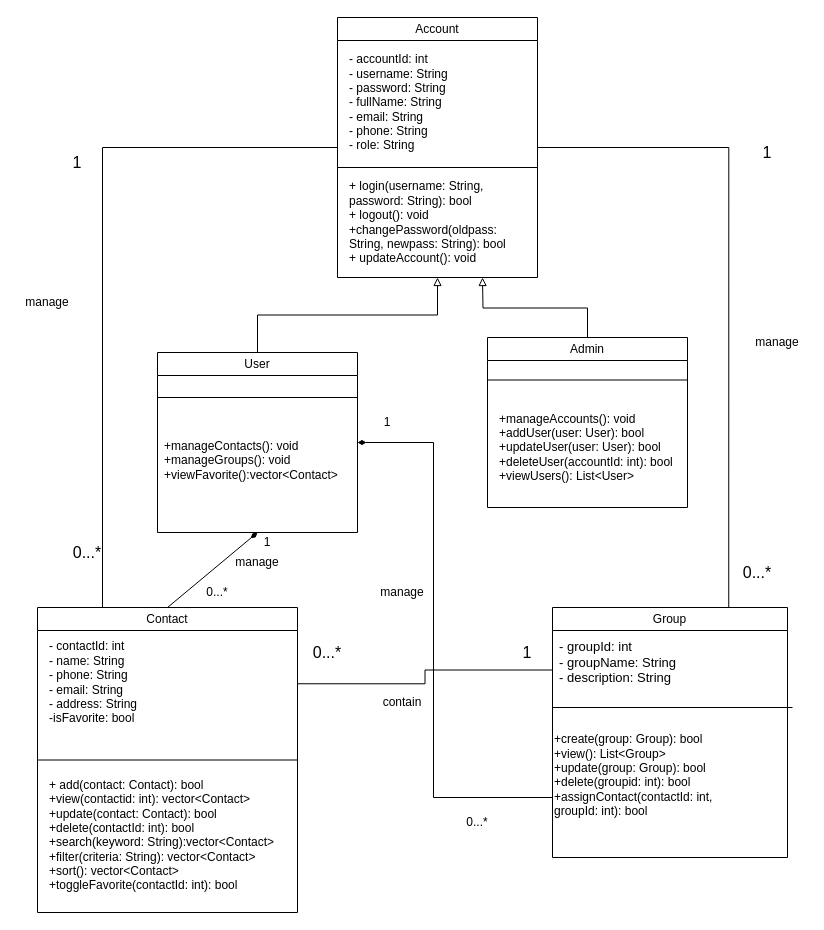
This is Class Diagram.drawio from HiKem43/Phone-Book-Management-System, a draw.io file, before an edit. Source tidied: cells renumbered, new cells numbered last; positions are measured from the earlier drawing's top-left corner, leaving out a move shared by most shapes. Both pictures are drawn from the tidied source at 100%, with x=0, y=0 at pixel (17, 17).
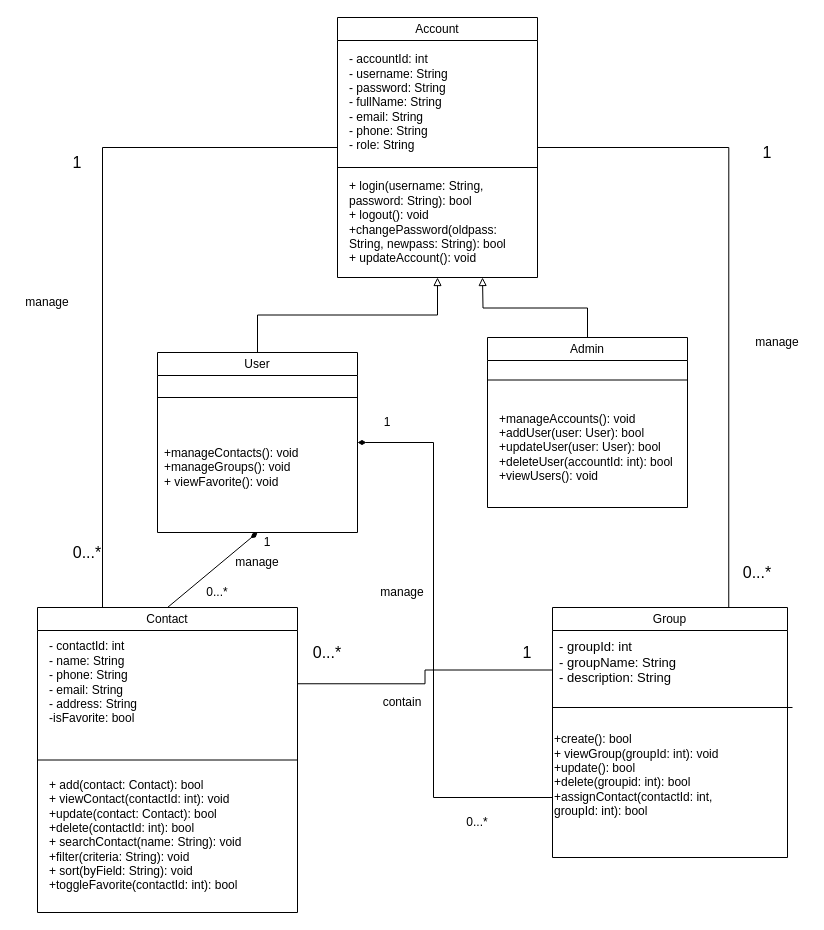
The same diagram, later.

Unchanged cells that the change refers to:
```xml
<mxCell id="10" value="User" style="swimlane;whiteSpace=wrap;html=1;fontStyle=0;fontColor=default;" parent="1" vertex="1">
  <mxGeometry x="140" y="335" width="200" height="180" as="geometry" />
</mxCell>
<mxCell id="14" value="Admin" style="swimlane;whiteSpace=wrap;html=1;startSize=23;fontStyle=0;fontColor=default;" parent="1" vertex="1">
  <mxGeometry x="470" y="320" width="200" height="170" as="geometry" />
</mxCell>
<mxCell id="19" value="Contact" style="swimlane;whiteSpace=wrap;html=1;fontStyle=0;fontColor=default;" parent="1" vertex="1">
  <mxGeometry x="20" y="590" width="260" height="305" as="geometry" />
</mxCell>
<mxCell id="22" value="Group" style="swimlane;whiteSpace=wrap;html=1;fontStyle=0;fontColor=default;" parent="1" vertex="1">
  <mxGeometry x="535" y="590" width="235" height="250" as="geometry" />
</mxCell>
```

Diff of the diagram source:
```diff
@@
-    <mxCell id="12" value="+manageContacts(): void&lt;div&gt;+manageGroups(): void&lt;/div&gt;&lt;div&gt;&lt;span style=&quot;background-color: transparent;&quot;&gt;+viewFavorite():&lt;/span&gt;&lt;span style=&quot;background-color: transparent; color: light-dark(rgb(0, 0, 0), rgb(255, 255, 255));&quot;&gt;vector&amp;lt;Contact&amp;gt;&lt;/span&gt;&lt;/div&gt;&lt;div&gt;&lt;br&gt;&lt;/div&gt;" style="text;html=1;whiteSpace=wrap;strokeColor=none;fillColor=none;align=left;verticalAlign=middle;rounded=0;fontStyle=0;fontColor=default;" parent="10" vertex="1">
+    <mxCell id="12" value="+manageContacts(): void&lt;div&gt;+manageGroups(): void&lt;/div&gt;&lt;div&gt;+ viewFavorite(): void&lt;/div&gt;" style="text;html=1;whiteSpace=wrap;strokeColor=none;fillColor=none;align=left;verticalAlign=middle;rounded=0;fontStyle=0;fontColor=default;" parent="10" vertex="1">
       <mxGeometry x="5" y="100" width="190" height="30" as="geometry" />
     </mxCell>
@@
-    <mxCell id="15" value="+manageAccounts(): void&lt;div&gt;+addUser(user: User): bool&lt;/div&gt;&lt;div&gt;+updateUser(user: User): bool&lt;/div&gt;&lt;div&gt;+deleteUser(accountId: int): bool&lt;/div&gt;&lt;div&gt;+viewUsers(): List&amp;lt;User&amp;gt;&lt;/div&gt;" style="text;html=1;whiteSpace=wrap;strokeColor=none;fillColor=none;align=left;verticalAlign=middle;rounded=0;fontStyle=0;fontColor=default;" parent="14" vertex="1">
+    <mxCell id="15" value="+manageAccounts(): void&lt;div&gt;+addUser(user: User): bool&lt;/div&gt;&lt;div&gt;+updateUser(user: User): bool&lt;/div&gt;&lt;div&gt;+deleteUser(accountId: int): bool&lt;/div&gt;&lt;div&gt;+viewUsers(): void&lt;/div&gt;" style="text;html=1;whiteSpace=wrap;strokeColor=none;fillColor=none;align=left;verticalAlign=middle;rounded=0;fontStyle=0;fontColor=default;" parent="14" vertex="1">
       <mxGeometry x="10" y="95" width="190" height="30" as="geometry" />
     </mxCell>
@@
-    <mxCell id="21" value="+ add(contact: Contact): bool&lt;div&gt;&lt;span style=&quot;background-color: transparent;&quot;&gt;+view(contactid: int):&amp;nbsp;&lt;/span&gt;&lt;span style=&quot;background-color: transparent; color: light-dark(rgb(0, 0, 0), rgb(255, 255, 255));&quot;&gt;vector&amp;lt;Contact&amp;gt;&lt;/span&gt;&lt;/div&gt;&lt;div&gt;&lt;span style=&quot;background-color: transparent;&quot;&gt;+update(contact: Contact): bool&lt;/span&gt;&lt;/div&gt;&lt;div&gt;&lt;span style=&quot;background-color: transparent;&quot;&gt;+delete(contactId: int): bool&lt;/span&gt;&lt;/div&gt;&lt;div&gt;&lt;span style=&quot;background-color: transparent;&quot;&gt;+search(keyword: String):&lt;/span&gt;&lt;span style=&quot;background-color: transparent; color: light-dark(rgb(0, 0, 0), rgb(255, 255, 255));&quot;&gt;vector&amp;lt;Contact&amp;gt;&lt;/span&gt;&lt;/div&gt;&lt;div&gt;&lt;span style=&quot;background-color: transparent;&quot;&gt;+filter(criteria: String):&amp;nbsp;&lt;/span&gt;&lt;span style=&quot;background-color: transparent; color: light-dark(rgb(0, 0, 0), rgb(255, 255, 255));&quot;&gt;vector&amp;lt;Contact&amp;gt;&lt;/span&gt;&lt;/div&gt;&lt;div&gt;&lt;span style=&quot;background-color: transparent;&quot;&gt;+sort():&amp;nbsp;&lt;/span&gt;&lt;span style=&quot;background-color: transparent; color: light-dark(rgb(0, 0, 0), rgb(255, 255, 255));&quot;&gt;vector&amp;lt;Contact&amp;gt;&lt;/span&gt;&lt;/div&gt;&lt;div&gt;+toggleFavorite(contactId: int): bool&lt;span style=&quot;background-color: transparent;&quot;&gt;&lt;/span&gt;&lt;/div&gt;&lt;div&gt;&lt;span style=&quot;background-color: transparent;&quot;&gt;&amp;nbsp;&lt;/span&gt;&lt;/div&gt;" style="text;html=1;whiteSpace=wrap;strokeColor=none;fillColor=none;align=left;verticalAlign=middle;rounded=0;fontStyle=0;fontColor=default;" parent="19" vertex="1">
+    <mxCell id="21" value="+ add(contact: Contact): bool&lt;div&gt;+ viewContact(contactId: int): void&lt;/div&gt;&lt;div&gt;&lt;span style=&quot;background-color: transparent;&quot;&gt;+update(contact: Contact): bool&lt;/span&gt;&lt;/div&gt;&lt;div&gt;&lt;span style=&quot;background-color: transparent;&quot;&gt;+delete(contactId: int): bool&lt;/span&gt;&lt;/div&gt;&lt;div&gt;+ searchContact(name: String): void&lt;/div&gt;&lt;div&gt;+filter(criteria: String): void&lt;/div&gt;&lt;div&gt;+ sort(byField: String): void&lt;/div&gt;&lt;div&gt;+toggleFavorite(contactId: int): bool&lt;span style=&quot;background-color: transparent;&quot;&gt;&lt;/span&gt;&lt;/div&gt;&lt;div&gt;&lt;span style=&quot;background-color: transparent;&quot;&gt;&amp;nbsp;&lt;/span&gt;&lt;/div&gt;" style="text;html=1;whiteSpace=wrap;strokeColor=none;fillColor=none;align=left;verticalAlign=middle;rounded=0;fontStyle=0;fontColor=default;" parent="19" vertex="1">
       <mxGeometry x="10" y="220" width="260" height="30" as="geometry" />
     </mxCell>
@@
-    <mxCell id="24" value="+create(group: Group): bool&lt;div&gt;+view(): List&amp;lt;Group&amp;gt;&lt;/div&gt;&lt;div&gt;+update(group: Group): bool&lt;/div&gt;&lt;div&gt;+delete(groupid: int): bool&lt;/div&gt;&lt;div&gt;+assignContact(contactId: int, groupId: int): bool&lt;br&gt;&lt;div&gt;&lt;br&gt;&lt;/div&gt;&lt;/div&gt;" style="text;html=1;whiteSpace=wrap;strokeColor=none;fillColor=none;align=left;verticalAlign=middle;rounded=0;fontStyle=0;fontColor=default;" parent="22" vertex="1">
+    <mxCell id="24" value="+create(): bool&lt;div&gt;+ viewGroup(groupId: int): void&lt;/div&gt;&lt;div&gt;+update(): bool&lt;/div&gt;&lt;div&gt;+delete(groupid: int): bool&lt;/div&gt;&lt;div&gt;+assignContact(contactId: int, groupId: int): bool&lt;br&gt;&lt;div&gt;&lt;br&gt;&lt;/div&gt;&lt;/div&gt;" style="text;html=1;whiteSpace=wrap;strokeColor=none;fillColor=none;align=left;verticalAlign=middle;rounded=0;fontStyle=0;fontColor=default;" parent="22" vertex="1">
       <mxGeometry y="160" width="200" height="30" as="geometry" />
     </mxCell>
```
